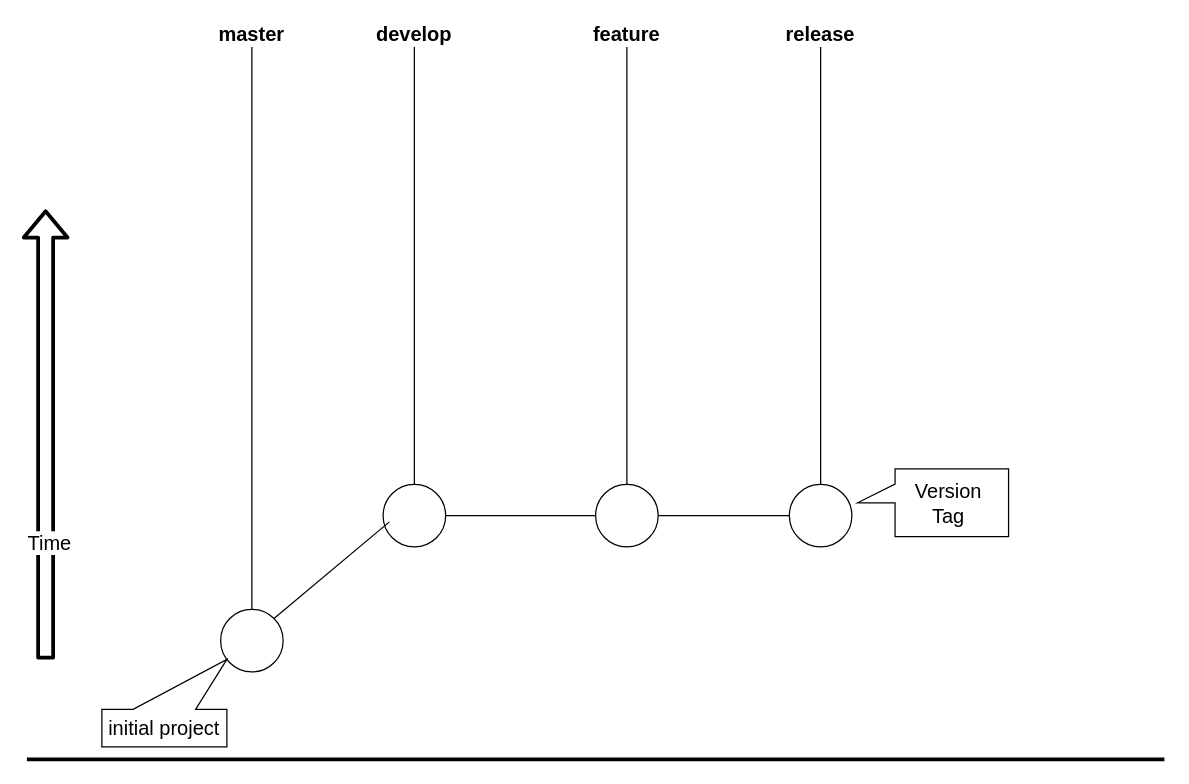
This is docs/Git Diagram.drawio from maithanhduyan/springboot-clean-architecture-template, a draw.io file, before an edit. Source tidied: cells renumbered, new cells numbered last; positions are measured from the earlier drawing's top-left corner, leaving out a move shared by most shapes. Both pictures are drawn from the tidied source at 125%, with x=0, y=0 at pixel (26, 21).
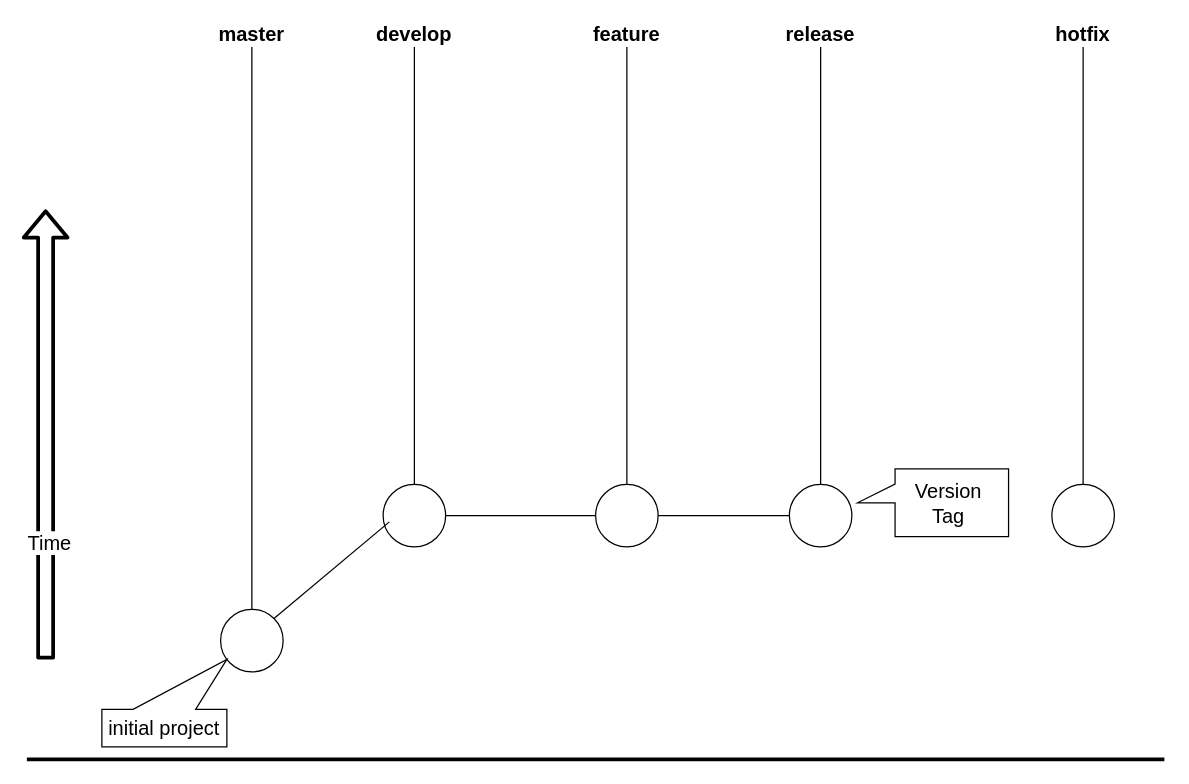
The same page after the edit.

The edit, as a diff of the source:
```diff
@@
+    <mxCell id="24" style="ellipse;whiteSpace=wrap;html=1;fillColor=#FFFFFF;strokeColor=#000000;" parent="1" vertex="1">
+      <mxGeometry x="820" y="370" width="50" height="50" as="geometry" />
+    </mxCell>
+    <mxCell id="25" value="hotfix" style="text;html=1;strokeColor=none;fillColor=none;align=center;verticalAlign=middle;whiteSpace=wrap;rounded=0;fontSize=16;fontStyle=1;" parent="1" vertex="1">
+      <mxGeometry x="825" width="40" height="20" as="geometry" />
+    </mxCell>
+    <mxCell id="26" style="endArrow=none;html=1;fontSize=16;exitX=0.5;exitY=0;exitDx=0;exitDy=0;entryX=0.5;entryY=1;entryDx=0;entryDy=0;" parent="1" edge="1" source="24" target="25">
+      <mxGeometry relative="1" as="geometry" />
+    </mxCell>
```
